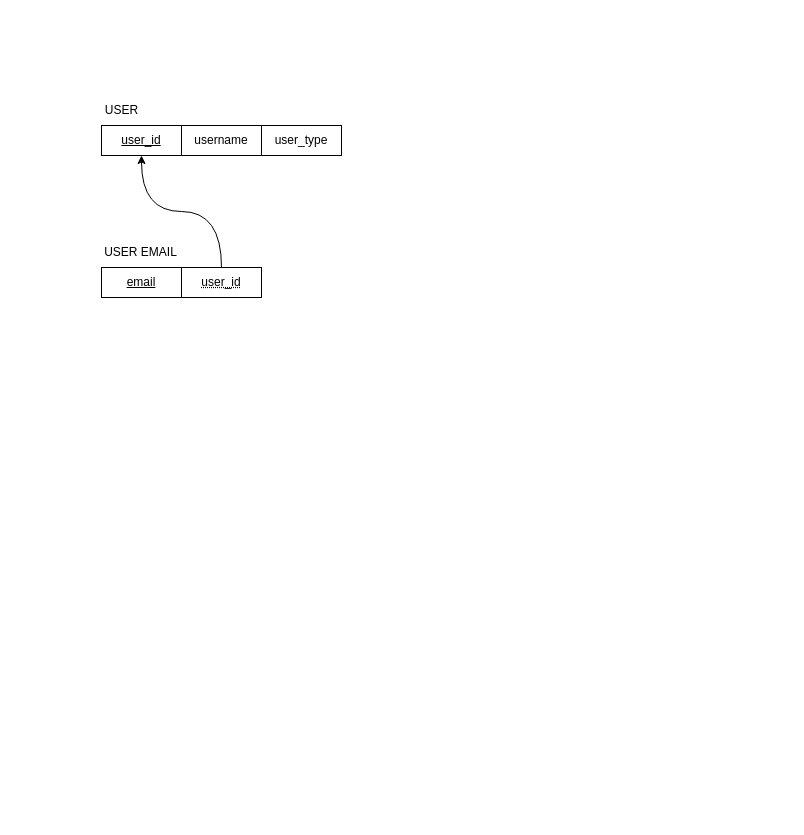
This is relational_schema.drawio from BloodRiver/public-health-interventions, a draw.io file, before an edit. Source tidied: cells renumbered, new cells numbered last; positions are measured from the earlier drawing's top-left corner, leaving out a move shared by most shapes. Both pictures are drawn from the tidied source at 100%, with x=0, y=0 at pixel (90, 95).
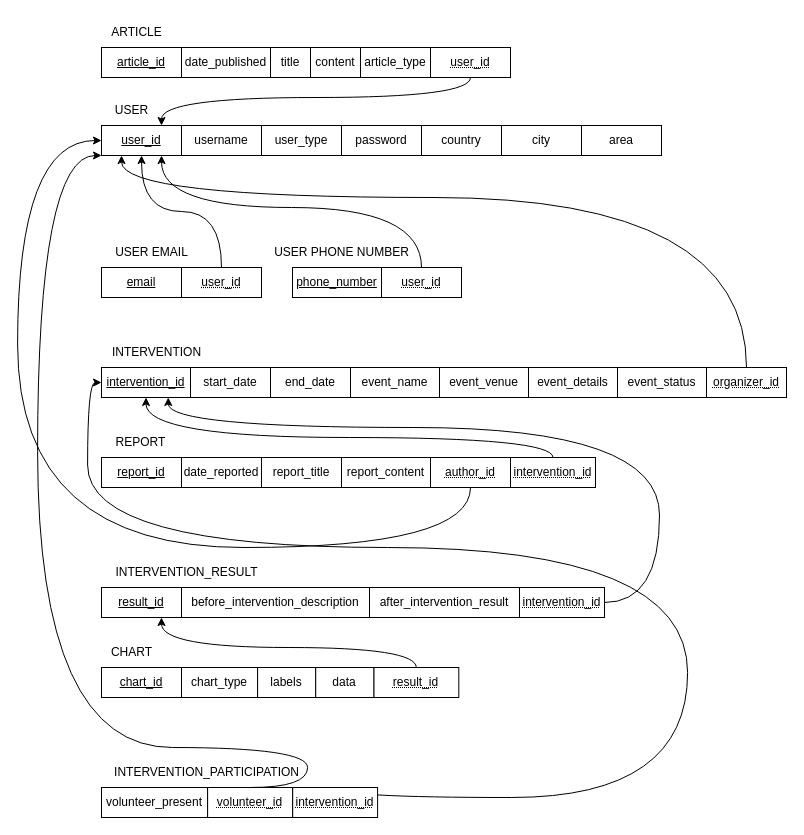
After the change.

The change refers to these unchanged cells:
```xml
<mxCell id="2" value="&lt;u&gt;user_id&lt;/u&gt;" style="rounded=0;whiteSpace=wrap;html=1;" parent="1" vertex="1">
  <mxGeometry x="11" y="30" width="80" height="30" as="geometry" />
</mxCell>
```

What changed in the source:
```diff
@@
     <mxCell id="3" value="USER" style="text;html=1;align=center;verticalAlign=middle;strokeColor=none;fillColor=none;" parent="1" vertex="1">
-      <mxGeometry x="1" width="60" height="30" as="geometry" />
+      <mxGeometry x="11" width="60" height="30" as="geometry" />
     </mxCell>
@@
     <mxCell id="7" value="USER EMAIL" style="text;html=1;align=center;verticalAlign=middle;strokeColor=none;fillColor=none;" parent="1" vertex="1">
-      <mxGeometry y="142" width="100" height="30" as="geometry" />
+      <mxGeometry x="11" y="142" width="100" height="30" as="geometry" />
     </mxCell>
@@
+    <mxCell id="10" value="&lt;u&gt;phone_number&lt;/u&gt;" style="rounded=0;whiteSpace=wrap;html=1;" parent="1" vertex="1">
+      <mxGeometry x="202" y="172" width="89" height="30" as="geometry" />
+    </mxCell>
+    <mxCell id="11" value="USER PHONE NUMBER" style="text;html=1;align=center;verticalAlign=middle;strokeColor=none;fillColor=none;" parent="1" vertex="1">
+      <mxGeometry x="171" y="142" width="160" height="30" as="geometry" />
+    </mxCell>
+    <mxCell id="12" style="edgeStyle=orthogonalEdgeStyle;rounded=0;jettySize=auto;html=1;entryX=0.75;entryY=1;entryDx=0;entryDy=0;curved=1;" parent="1" edge="1" source="13" target="2">
+      <mxGeometry relative="1" as="geometry">
+        <Array as="points">
+          <mxPoint x="331" y="112" />
+          <mxPoint x="71" y="112" />
+        </Array>
+      </mxGeometry>
+    </mxCell>
+    <mxCell id="13" value="&lt;u style=&quot;text-decoration: dotted underline&quot;&gt;user_id&lt;/u&gt;" style="rounded=0;whiteSpace=wrap;html=1;" parent="1" vertex="1">
+      <mxGeometry x="291" y="172" width="80" height="30" as="geometry" />
+    </mxCell>
+    <mxCell id="14" value="password" style="rounded=0;whiteSpace=wrap;html=1;" parent="1" vertex="1">
+      <mxGeometry x="251" y="30" width="80" height="30" as="geometry" />
+    </mxCell>
+    <mxCell id="15" value="country" style="rounded=0;whiteSpace=wrap;html=1;" parent="1" vertex="1">
+      <mxGeometry x="331" y="30" width="80" height="30" as="geometry" />
+    </mxCell>
+    <mxCell id="16" value="city" style="rounded=0;whiteSpace=wrap;html=1;" parent="1" vertex="1">
+      <mxGeometry x="411" y="30" width="80" height="30" as="geometry" />
+    </mxCell>
+    <mxCell id="17" value="area" style="rounded=0;whiteSpace=wrap;html=1;" parent="1" vertex="1">
+      <mxGeometry x="491" y="30" width="80" height="30" as="geometry" />
+    </mxCell>
+    <mxCell id="18" value="&lt;u&gt;article_id&lt;/u&gt;" style="rounded=0;whiteSpace=wrap;html=1;" parent="1" vertex="1">
+      <mxGeometry x="11" y="-48" width="80" height="30" as="geometry" />
+    </mxCell>
+    <mxCell id="19" value="ARTICLE" style="text;html=1;align=center;verticalAlign=middle;strokeColor=none;fillColor=none;" parent="1" vertex="1">
+      <mxGeometry x="11" y="-78" width="70" height="30" as="geometry" />
+    </mxCell>
+    <mxCell id="20" style="edgeStyle=orthogonalEdgeStyle;rounded=0;jettySize=auto;html=1;entryX=0.75;entryY=0;entryDx=0;entryDy=0;curved=1;exitX=0.5;exitY=1;exitDx=0;exitDy=0;" parent="1" edge="1" source="21" target="2">
+      <mxGeometry relative="1" as="geometry">
+        <Array as="points">
+          <mxPoint x="380" y="2" />
+          <mxPoint x="71" y="2" />
+        </Array>
+      </mxGeometry>
+    </mxCell>
+    <mxCell id="21" value="&lt;u style=&quot;text-decoration: dotted underline&quot;&gt;user_id&lt;/u&gt;" style="rounded=0;whiteSpace=wrap;html=1;" parent="1" vertex="1">
+      <mxGeometry x="340" y="-48" width="80" height="30" as="geometry" />
+    </mxCell>
+    <mxCell id="22" value="date_published" style="rounded=0;whiteSpace=wrap;html=1;" parent="1" vertex="1">
+      <mxGeometry x="91" y="-48" width="89" height="30" as="geometry" />
+    </mxCell>
+    <mxCell id="23" value="title" style="rounded=0;whiteSpace=wrap;html=1;" parent="1" vertex="1">
+      <mxGeometry x="180" y="-48" width="40" height="30" as="geometry" />
+    </mxCell>
+    <mxCell id="24" value="content" style="rounded=0;whiteSpace=wrap;html=1;" parent="1" vertex="1">
+      <mxGeometry x="220" y="-48" width="50" height="30" as="geometry" />
+    </mxCell>
+    <mxCell id="25" value="article_type" style="rounded=0;whiteSpace=wrap;html=1;" parent="1" vertex="1">
+      <mxGeometry x="270" y="-48" width="70" height="30" as="geometry" />
+    </mxCell>
+    <mxCell id="26" value="&lt;u&gt;report_id&lt;/u&gt;" style="rounded=0;whiteSpace=wrap;html=1;" parent="1" vertex="1">
+      <mxGeometry x="11" y="362" width="80" height="30" as="geometry" />
+    </mxCell>
+    <mxCell id="27" style="edgeStyle=orthogonalEdgeStyle;rounded=0;jettySize=auto;html=1;entryX=0;entryY=0.5;entryDx=0;entryDy=0;curved=1;" parent="1" edge="1" source="28" target="2">
+      <mxGeometry relative="1" as="geometry">
+        <Array as="points">
+          <mxPoint x="380.1" y="452" />
+          <mxPoint x="-72.9" y="452" />
+          <mxPoint x="-72.9" y="45" />
+        </Array>
+      </mxGeometry>
+    </mxCell>
+    <mxCell id="28" value="&lt;u style=&quot;text-decoration: dotted underline&quot;&gt;author_id&lt;/u&gt;" style="rounded=0;whiteSpace=wrap;html=1;" parent="1" vertex="1">
+      <mxGeometry x="340" y="362" width="80" height="30" as="geometry" />
+    </mxCell>
+    <mxCell id="29" value="REPORT" style="text;html=1;align=center;verticalAlign=middle;strokeColor=none;fillColor=none;" parent="1" vertex="1">
+      <mxGeometry x="15" y="332" width="70" height="30" as="geometry" />
+    </mxCell>
+    <mxCell id="30" style="edgeStyle=orthogonalEdgeStyle;rounded=0;jettySize=auto;html=1;entryX=0.5;entryY=1;entryDx=0;entryDy=0;curved=1;" parent="1" edge="1" source="31" target="35">
+      <mxGeometry relative="1" as="geometry">
+        <Array as="points">
+          <mxPoint x="462" y="342" />
+          <mxPoint x="56" y="342" />
+        </Array>
+      </mxGeometry>
+    </mxCell>
+    <mxCell id="31" value="&lt;u style=&quot;text-decoration: dotted underline&quot;&gt;intervention_id&lt;/u&gt;" style="rounded=0;whiteSpace=wrap;html=1;" parent="1" vertex="1">
+      <mxGeometry x="420" y="362" width="85" height="30" as="geometry" />
+    </mxCell>
+    <mxCell id="32" value="date_reported" style="rounded=0;whiteSpace=wrap;html=1;" parent="1" vertex="1">
+      <mxGeometry x="91" y="362" width="80" height="30" as="geometry" />
+    </mxCell>
+    <mxCell id="33" value="report_title" style="rounded=0;whiteSpace=wrap;html=1;" parent="1" vertex="1">
+      <mxGeometry x="171" y="362" width="80" height="30" as="geometry" />
+    </mxCell>
+    <mxCell id="34" value="report_content" style="rounded=0;whiteSpace=wrap;html=1;" parent="1" vertex="1">
+      <mxGeometry x="251" y="362" width="89" height="30" as="geometry" />
+    </mxCell>
+    <mxCell id="35" value="&lt;u&gt;intervention_id&lt;/u&gt;" style="rounded=0;whiteSpace=wrap;html=1;" parent="1" vertex="1">
+      <mxGeometry x="11" y="272" width="89" height="30" as="geometry" />
+    </mxCell>
+    <mxCell id="36" style="edgeStyle=orthogonalEdgeStyle;rounded=0;jettySize=auto;html=1;entryX=0.25;entryY=1;entryDx=0;entryDy=0;curved=1;" parent="1" edge="1" source="37" target="2">
+      <mxGeometry relative="1" as="geometry">
+        <Array as="points">
+          <mxPoint x="656" y="102" />
+          <mxPoint x="31" y="102" />
+        </Array>
+      </mxGeometry>
+    </mxCell>
+    <mxCell id="37" value="&lt;u style=&quot;text-decoration: dotted underline&quot;&gt;organizer_id&lt;/u&gt;" style="rounded=0;whiteSpace=wrap;html=1;" parent="1" vertex="1">
+      <mxGeometry x="616" y="272" width="80" height="30" as="geometry" />
+    </mxCell>
+    <mxCell id="38" value="INTERVENTION" style="text;html=1;align=center;verticalAlign=middle;strokeColor=none;fillColor=none;" parent="1" vertex="1">
+      <mxGeometry x="11" y="242" width="110" height="30" as="geometry" />
+    </mxCell>
+    <mxCell id="39" value="start_date" style="rounded=0;whiteSpace=wrap;html=1;" parent="1" vertex="1">
+      <mxGeometry x="100" y="272" width="80" height="30" as="geometry" />
+    </mxCell>
+    <mxCell id="40" value="end_date" style="rounded=0;whiteSpace=wrap;html=1;" parent="1" vertex="1">
+      <mxGeometry x="180" y="272" width="80" height="30" as="geometry" />
+    </mxCell>
+    <mxCell id="41" value="event_name" style="rounded=0;whiteSpace=wrap;html=1;" parent="1" vertex="1">
+      <mxGeometry x="260" y="272" width="89" height="30" as="geometry" />
+    </mxCell>
+    <mxCell id="42" value="event_venue" style="rounded=0;whiteSpace=wrap;html=1;" parent="1" vertex="1">
+      <mxGeometry x="349" y="272" width="89" height="30" as="geometry" />
+    </mxCell>
+    <mxCell id="43" value="event_details" style="rounded=0;whiteSpace=wrap;html=1;" parent="1" vertex="1">
+      <mxGeometry x="438" y="272" width="89" height="30" as="geometry" />
+    </mxCell>
+    <mxCell id="44" value="event_status" style="rounded=0;whiteSpace=wrap;html=1;" parent="1" vertex="1">
+      <mxGeometry x="527" y="272" width="89" height="30" as="geometry" />
+    </mxCell>
+    <mxCell id="45" value="&lt;u&gt;result_id&lt;/u&gt;" style="rounded=0;whiteSpace=wrap;html=1;" parent="1" vertex="1">
+      <mxGeometry x="11" y="492" width="80" height="30" as="geometry" />
+    </mxCell>
+    <mxCell id="46" value="INTERVENTION_RESULT" style="text;html=1;align=center;verticalAlign=middle;strokeColor=none;fillColor=none;" parent="1" vertex="1">
+      <mxGeometry x="11" y="462" width="170" height="30" as="geometry" />
+    </mxCell>
+    <mxCell id="47" style="edgeStyle=orthogonalEdgeStyle;rounded=0;jettySize=auto;html=1;entryX=0.75;entryY=1;entryDx=0;entryDy=0;curved=1;" parent="1" edge="1" source="48" target="35">
+      <mxGeometry relative="1" as="geometry">
+        <Array as="points">
+          <mxPoint x="569" y="507" />
+          <mxPoint x="569" y="332" />
+          <mxPoint x="78" y="332" />
+        </Array>
+      </mxGeometry>
+    </mxCell>
+    <mxCell id="48" value="&lt;u style=&quot;text-decoration: dotted underline&quot;&gt;intervention_id&lt;/u&gt;" style="rounded=0;whiteSpace=wrap;html=1;" parent="1" vertex="1">
+      <mxGeometry x="429" y="492" width="85" height="30" as="geometry" />
+    </mxCell>
+    <mxCell id="49" value="before_intervention_description" style="rounded=0;whiteSpace=wrap;html=1;" parent="1" vertex="1">
+      <mxGeometry x="91" y="492" width="188" height="30" as="geometry" />
+    </mxCell>
+    <mxCell id="50" value="after_intervention_result" style="rounded=0;whiteSpace=wrap;html=1;" parent="1" vertex="1">
+      <mxGeometry x="279" y="492" width="150" height="30" as="geometry" />
+    </mxCell>
+    <mxCell id="51" value="INTERVENTION_PARTICIPATION" style="text;html=1;align=center;verticalAlign=middle;strokeColor=none;fillColor=none;" parent="1" vertex="1">
+      <mxGeometry x="11" y="662" width="210" height="30" as="geometry" />
+    </mxCell>
+    <mxCell id="52" style="edgeStyle=orthogonalEdgeStyle;rounded=0;jettySize=auto;html=1;entryX=0;entryY=0.5;entryDx=0;entryDy=0;curved=1;exitX=0.5;exitY=0;exitDx=0;exitDy=0;" parent="1" edge="1" source="53" target="35">
+      <mxGeometry relative="1" as="geometry">
+        <Array as="points">
+          <mxPoint x="244.1" y="702" />
+          <mxPoint x="597.1" y="702" />
+          <mxPoint x="597.1" y="452" />
+          <mxPoint x="-2.9" y="452" />
+          <mxPoint x="-2.9" y="287" />
+        </Array>
+      </mxGeometry>
+    </mxCell>
+    <mxCell id="53" value="&lt;u style=&quot;text-decoration: dotted underline&quot;&gt;intervention_id&lt;/u&gt;" style="rounded=0;whiteSpace=wrap;html=1;" parent="1" vertex="1">
+      <mxGeometry x="202.1" y="692" width="85" height="30" as="geometry" />
+    </mxCell>
+    <mxCell id="54" value="volunteer_present" style="rounded=0;whiteSpace=wrap;html=1;" parent="1" vertex="1">
+      <mxGeometry x="11" y="692" width="106.1" height="30" as="geometry" />
+    </mxCell>
+    <mxCell id="55" style="edgeStyle=orthogonalEdgeStyle;rounded=0;jettySize=auto;html=1;entryX=0;entryY=1;entryDx=0;entryDy=0;curved=1;exitX=0.5;exitY=0;exitDx=0;exitDy=0;" parent="1" edge="1" source="56" target="2">
+      <mxGeometry relative="1" as="geometry">
+        <Array as="points">
+          <mxPoint x="217.1" y="692" />
+          <mxPoint x="217.1" y="652" />
+          <mxPoint x="-52.9" y="652" />
+          <mxPoint x="-52.9" y="60" />
+        </Array>
+      </mxGeometry>
+    </mxCell>
+    <mxCell id="56" value="&lt;u style=&quot;text-decoration: dotted underline&quot;&gt;volunteer_id&lt;/u&gt;" style="rounded=0;whiteSpace=wrap;html=1;" parent="1" vertex="1">
+      <mxGeometry x="117.1" y="692" width="85" height="30" as="geometry" />
+    </mxCell>
+    <mxCell id="57" value="&lt;u&gt;chart_id&lt;/u&gt;" style="rounded=0;whiteSpace=wrap;html=1;" parent="1" vertex="1">
+      <mxGeometry x="11" y="572" width="80" height="30" as="geometry" />
+    </mxCell>
+    <mxCell id="58" value="CHART" style="text;html=1;align=center;verticalAlign=middle;strokeColor=none;fillColor=none;" parent="1" vertex="1">
+      <mxGeometry x="11" y="542" width="60" height="30" as="geometry" />
+    </mxCell>
+    <mxCell id="59" style="edgeStyle=orthogonalEdgeStyle;rounded=0;jettySize=auto;html=1;entryX=0.75;entryY=1;entryDx=0;entryDy=0;curved=1;" parent="1" edge="1" source="60" target="45">
+      <mxGeometry relative="1" as="geometry">
+        <Array as="points">
+          <mxPoint x="326.1" y="552" />
+          <mxPoint x="71.1" y="552" />
+        </Array>
+      </mxGeometry>
+    </mxCell>
+    <mxCell id="60" value="&lt;u style=&quot;text-decoration: dotted underline&quot;&gt;result_id&lt;/u&gt;" style="rounded=0;whiteSpace=wrap;html=1;" parent="1" vertex="1">
+      <mxGeometry x="283.3" y="572" width="85" height="30" as="geometry" />
+    </mxCell>
+    <mxCell id="61" value="chart_type" style="rounded=0;whiteSpace=wrap;html=1;" parent="1" vertex="1">
+      <mxGeometry x="91" y="572" width="76.1" height="30" as="geometry" />
+    </mxCell>
+    <mxCell id="62" value="labels" style="rounded=0;whiteSpace=wrap;html=1;" parent="1" vertex="1">
+      <mxGeometry x="167.1" y="572" width="58.1" height="30" as="geometry" />
+    </mxCell>
+    <mxCell id="63" value="data" style="rounded=0;whiteSpace=wrap;html=1;" parent="1" vertex="1">
+      <mxGeometry x="225.2" y="572" width="58.1" height="30" as="geometry" />
+    </mxCell>
```
